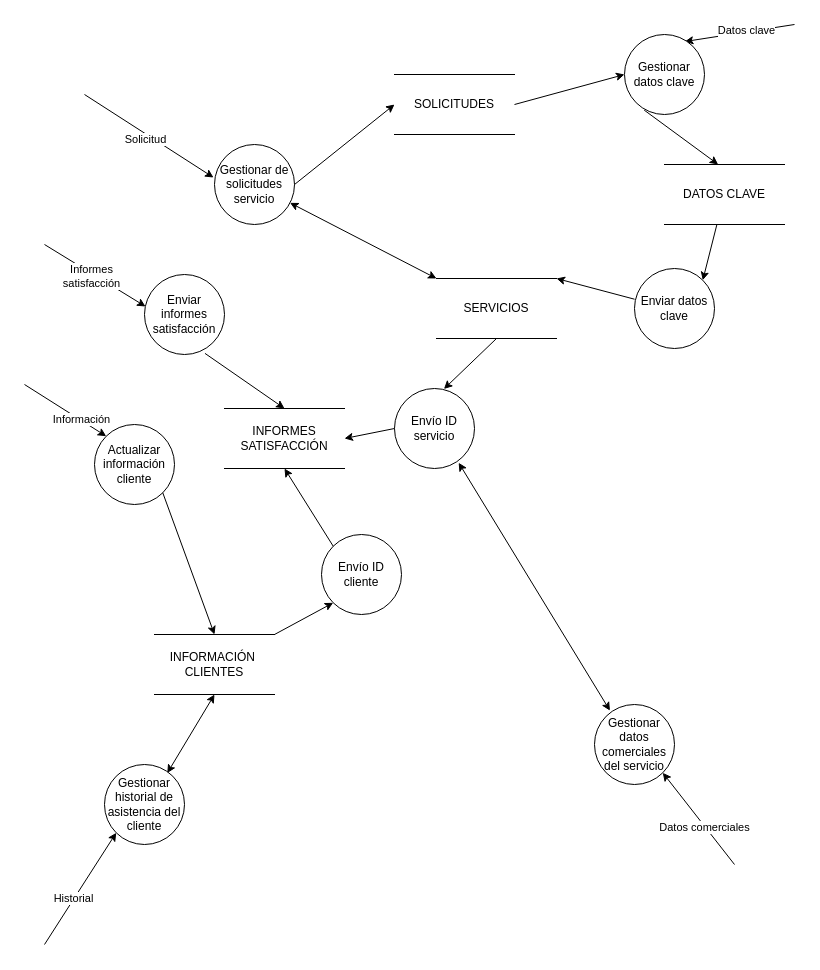
Earlier version of the draw.io diagram IngenieríaDeSoftware/Práctica 2 Actividad 2/DFD Nivel 2.drawio (aloantony/TrabajosEnGrupoGII-DalilaTony). Source tidied: cells renumbered, new cells numbered last; positions are measured from the earlier drawing's top-left corner, leaving out a move shared by most shapes. Both pictures are drawn from the tidied source at 100%, with x=0, y=0 at pixel (24, 24).
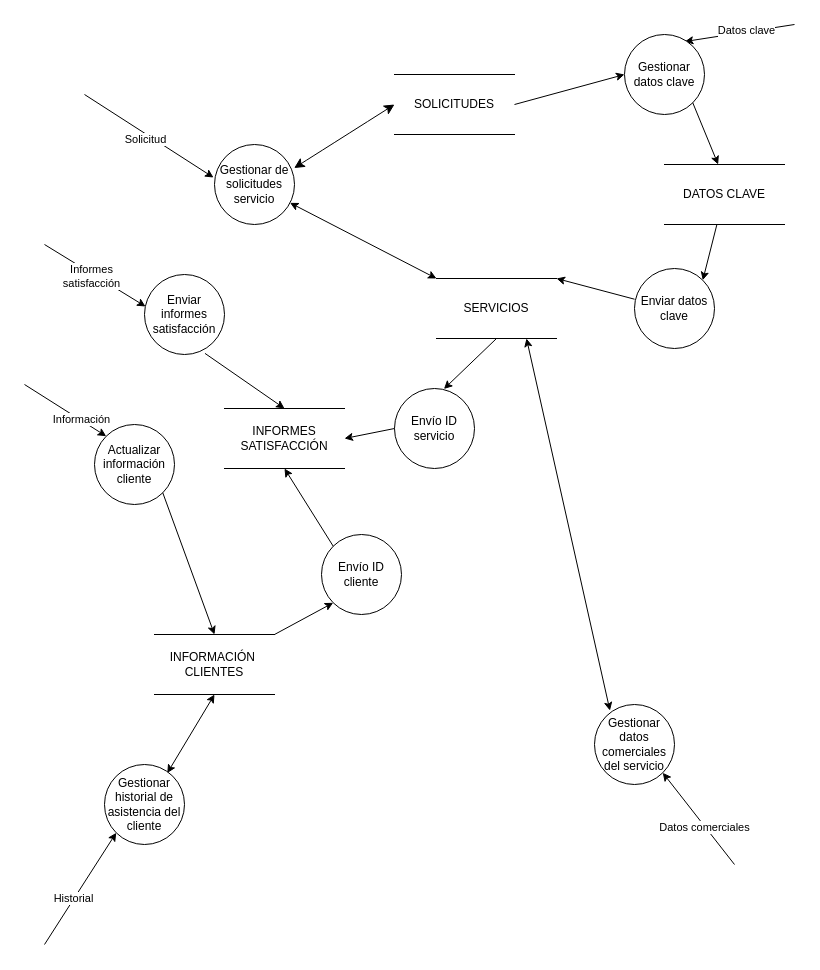
The same page after the edit.

The change refers to these unchanged cells:
```xml
<mxCell id="3" value="&lt;div&gt;Gestionar datos comerciales del servicio&lt;br&gt;&lt;/div&gt;" style="ellipse;whiteSpace=wrap;html=1;" parent="1" vertex="1">
  <mxGeometry x="570" y="680" width="80" height="80" as="geometry" />
</mxCell>
<mxCell id="4" value="Gestionar de solicitudes servicio" style="ellipse;whiteSpace=wrap;html=1;" parent="1" vertex="1">
  <mxGeometry x="190" y="120" width="80" height="80" as="geometry" />
</mxCell>
<mxCell id="6" value="DATOS CLAVE" style="shape=partialRectangle;whiteSpace=wrap;html=1;left=0;right=0;fillColor=none;" parent="1" vertex="1">
  <mxGeometry x="640" y="140" width="120" height="60" as="geometry" />
</mxCell>
<mxCell id="8" value="SOLICITUDES" style="shape=partialRectangle;whiteSpace=wrap;html=1;left=0;right=0;fillColor=none;" parent="1" vertex="1">
  <mxGeometry x="370" y="50" width="120" height="60" as="geometry" />
</mxCell>
<mxCell id="14" value="SERVICIOS" style="shape=partialRectangle;whiteSpace=wrap;html=1;left=0;right=0;fillColor=none;" parent="1" vertex="1">
  <mxGeometry x="412" y="254" width="120" height="60" as="geometry" />
</mxCell>
<mxCell id="20" value="Gestionar datos clave" style="ellipse;whiteSpace=wrap;html=1;" parent="1" vertex="1">
  <mxGeometry x="600" y="10" width="80" height="80" as="geometry" />
</mxCell>
<mxCell id="36" value="Envío ID servicio" style="ellipse;whiteSpace=wrap;html=1;rotation=0;" parent="1" vertex="1">
  <mxGeometry x="370" y="364" width="80" height="80" as="geometry" />
</mxCell>
```

What changed in the source:
```diff
@@
-    <mxCell id="28" style="endArrow=classic;html=1;rounded=0;entryX=0.447;entryY=-0.001;entryDx=0;entryDy=0;exitX=0.246;exitY=0.945;exitDx=0;exitDy=0;exitPerimeter=0;entryPerimeter=0;" parent="1" edge="1" source="20" target="6">
+    <mxCell id="28" style="endArrow=classic;html=1;rounded=0;entryX=0.447;entryY=-0.001;entryDx=0;entryDy=0;exitX=1;exitY=1;exitDx=0;exitDy=0;entryPerimeter=0;" parent="1" edge="1" source="20" target="6">
       <mxGeometry relative="1" as="geometry" />
     </mxCell>
@@
-    <mxCell id="32" style="endArrow=classic;html=1;rounded=0;entryX=0;entryY=0.5;entryDx=0;entryDy=0;exitX=1;exitY=0.5;exitDx=0;exitDy=0;" parent="1" edge="1" source="4" target="8">
-      <mxGeometry relative="1" as="geometry" />
-    </mxCell>
@@
-    <mxCell id="41" style="endArrow=classic;startArrow=classic;html=1;rounded=0;entryX=0.802;entryY=0.928;entryDx=0;entryDy=0;entryPerimeter=0;exitX=0.193;exitY=0.076;exitDx=0;exitDy=0;exitPerimeter=0;" parent="1" edge="1" source="3" target="36">
+    <mxCell id="41" style="endArrow=classic;startArrow=classic;html=1;rounded=0;entryX=0.75;entryY=1;entryDx=0;entryDy=0;exitX=0.193;exitY=0.076;exitDx=0;exitDy=0;exitPerimeter=0;" parent="1" edge="1" source="3" target="14">
       <mxGeometry relative="1" as="geometry" />
     </mxCell>
+    <mxCell id="32" style="endArrow=classic;startArrow=classic;html=1;rounded=0;fontSize=12;startSize=8;endSize=8;curved=1;entryX=0;entryY=0.5;entryDx=0;entryDy=0;exitX=0.996;exitY=0.294;exitDx=0;exitDy=0;exitPerimeter=0;" parent="1" edge="1" source="4" target="8">
+      <mxGeometry relative="1" as="geometry" />
+    </mxCell>
```
